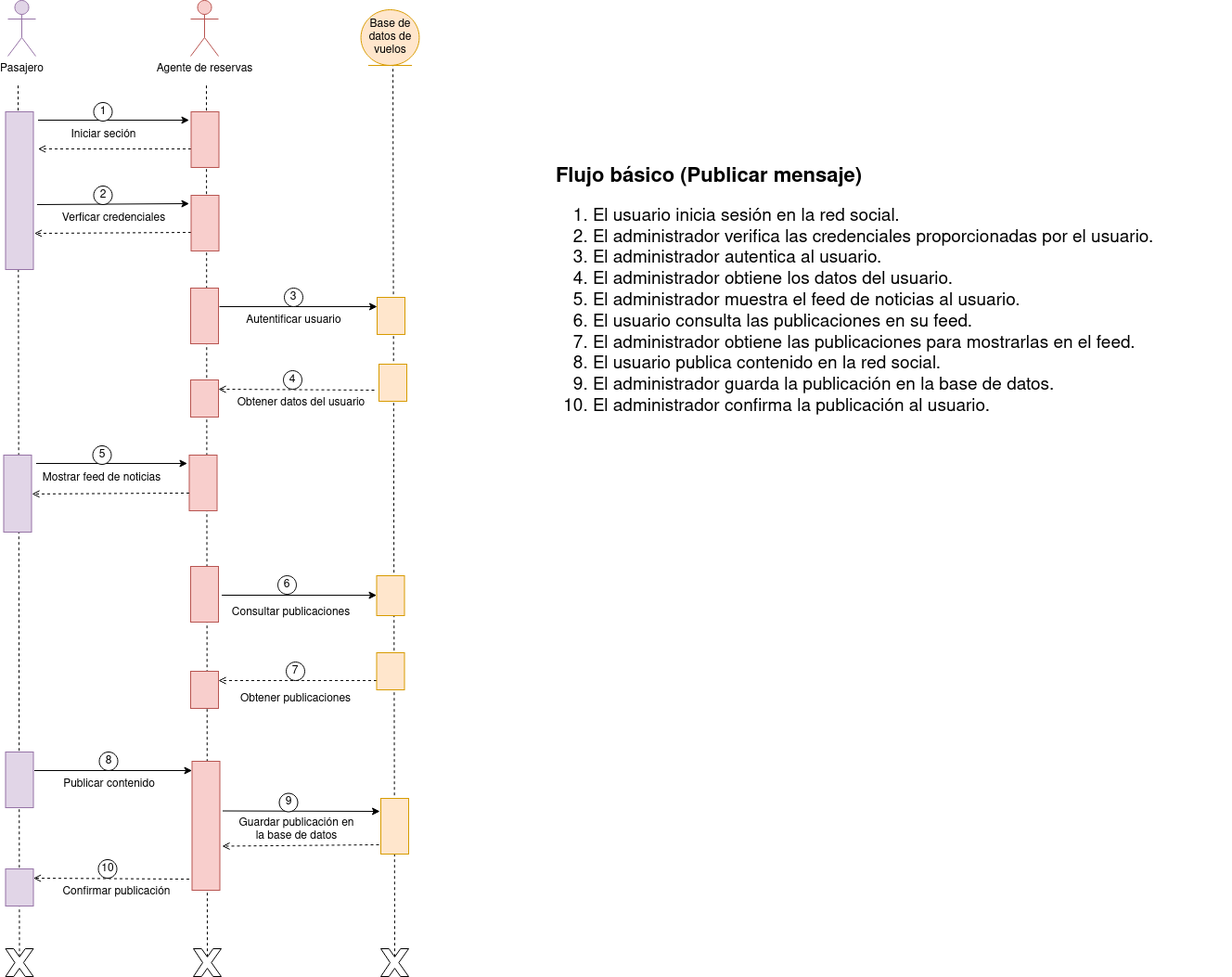
Earlier version of the draw.io export diagramas/tarea5 (red social)/diagrama_secuencias_red_social.png (Chugani05/entorno_de_desarrollo). Source tidied: cells renumbered, new cells last; positions are measured from the earlier drawing's top-left corner, leaving out a move shared by most shapes.
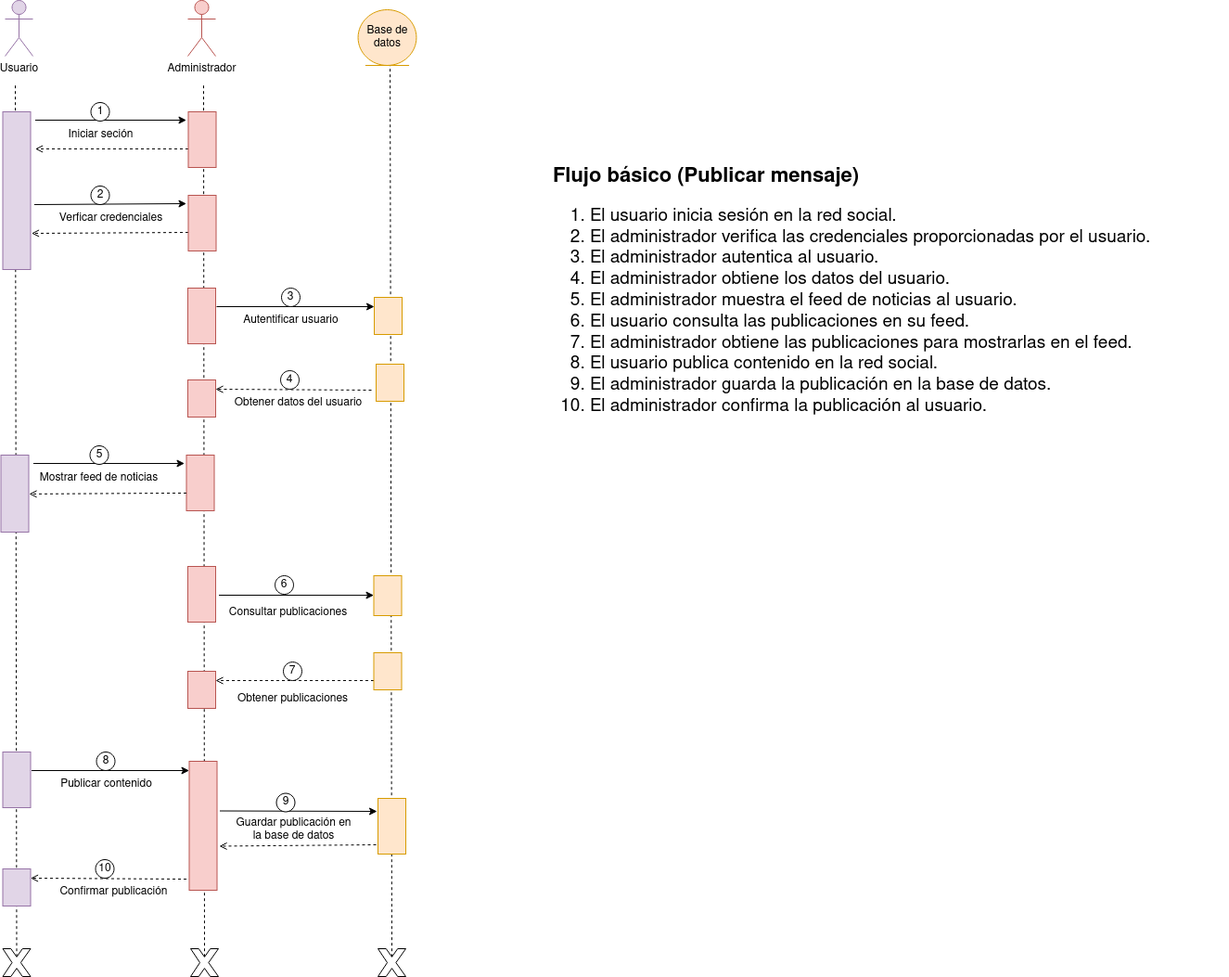
After the commit.

Change to the diagram source:
```diff
@@ -31,7 +31,7 @@
     <mxCell id="8" style="verticalLabelPosition=bottom;verticalAlign=top;html=1;shape=mxgraph.basic.x;" parent="1" vertex="1">
       <mxGeometry x="407" y="1022" width="30" height="30" as="geometry" />
     </mxCell>
-    <mxCell id="9" value="Pasajero" style="shape=umlActor;verticalLabelPosition=bottom;verticalAlign=top;html=1;fillColor=#e1d5e7;strokeColor=#9673a6;" parent="1" vertex="1">
+    <mxCell id="9" value="Usuario" style="shape=umlActor;verticalLabelPosition=bottom;verticalAlign=top;html=1;fillColor=#e1d5e7;strokeColor=#9673a6;" parent="1" vertex="1">
       <mxGeometry x="5" width="30" height="60" as="geometry" />
     </mxCell>
     <mxCell id="10" value="Confirmar publicación" style="text;html=1;align=center;verticalAlign=middle;strokeColor=none;fillColor=none;" parent="1" vertex="1">
@@ -40,7 +40,7 @@
     <mxCell id="11" value="&lt;div style=&quot;font-size: 20px;&quot;&gt;&lt;font size=&quot;1&quot;&gt;&lt;b&gt;&lt;font style=&quot;font-size: 22px;&quot;&gt;Flujo básico (Publicar mensaje)&lt;/font&gt;&lt;/b&gt;&lt;/font&gt;&lt;/div&gt;&lt;div style=&quot;font-size: 19px;&quot;&gt;&lt;ol&gt;&lt;li&gt;El usuario inicia sesión en la red social.&lt;/li&gt;&lt;li&gt;El administrador verifica las credenciales proporcionadas por el usuario.&lt;/li&gt;&lt;li&gt;El&amp;nbsp;administrador autentica al usuario.&lt;/li&gt;&lt;li&gt;El&amp;nbsp;administrador obtiene los datos del usuario.&lt;/li&gt;&lt;li&gt;El&amp;nbsp;administrador muestra el feed de noticias al usuario.&lt;/li&gt;&lt;li&gt;El usuario consulta las publicaciones en su feed.&lt;/li&gt;&lt;li&gt;El&amp;nbsp;administrador obtiene las publicaciones para mostrarlas en el feed.&lt;/li&gt;&lt;li&gt;El usuario publica contenido en la red social.&lt;/li&gt;&lt;li&gt;El&amp;nbsp;administrador guarda la publicación en la base de datos.&lt;/li&gt;&lt;li&gt;El&amp;nbsp;administrador confirma la publicación al usuario.&lt;/li&gt;&lt;/ol&gt;&lt;/div&gt;" style="text;whiteSpace=wrap;html=1;" parent="1" vertex="1">
       <mxGeometry x="594" y="170" width="730" height="293" as="geometry" />
     </mxCell>
-    <mxCell id="12" value="Base de datos de vuelos" style="ellipse;shape=umlEntity;whiteSpace=wrap;html=1;fillColor=#ffe6cc;strokeColor=#d79b00;" parent="1" vertex="1">
+    <mxCell id="12" value="Base de datos" style="ellipse;shape=umlEntity;whiteSpace=wrap;html=1;fillColor=#ffe6cc;strokeColor=#d79b00;" parent="1" vertex="1">
       <mxGeometry x="385.5" y="10" width="62.9" height="60" as="geometry" />
     </mxCell>
     <mxCell id="13" style="rounded=0;whiteSpace=wrap;html=1;direction=south;verticalAlign=top;fillColor=#f8cecc;strokeColor=#b85450;" parent="1" vertex="1">
@@ -61,7 +61,7 @@
     <mxCell id="17" value="10" style="ellipse;whiteSpace=wrap;html=1;" parent="1" vertex="1">
       <mxGeometry x="102.5" y="926" width="20" height="20" as="geometry" />
     </mxCell>
-    <mxCell id="18" value="Agente de reservas" style="shape=umlActor;verticalLabelPosition=bottom;verticalAlign=top;html=1;fillColor=#f8cecc;strokeColor=#b85450;" parent="1" vertex="1">
+    <mxCell id="18" value="Administrador" style="shape=umlActor;verticalLabelPosition=bottom;verticalAlign=top;html=1;fillColor=#f8cecc;strokeColor=#b85450;" parent="1" vertex="1">
       <mxGeometry x="202" width="30" height="60" as="geometry" />
     </mxCell>
     <mxCell id="19" style="rounded=0;whiteSpace=wrap;html=1;direction=south;verticalAlign=top;fillColor=#e1d5e7;strokeColor=#9673a6;" parent="1" vertex="1">
```
